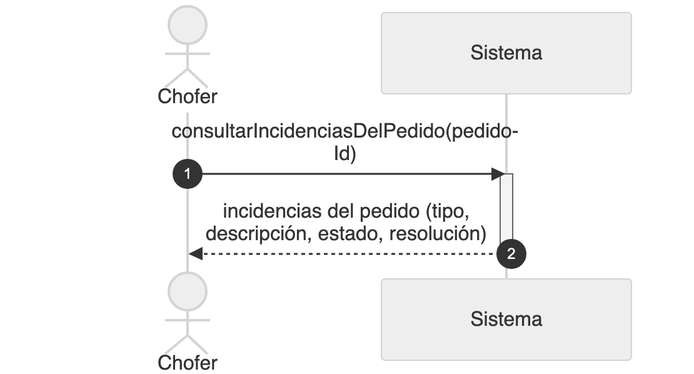
Before: diagramas/png/DSS_CU-062_Consultar-Incidencias-De-Un-Pedido.png, a diagram exported from Mermaid (Nahuelito-Dev/splg-docs). Its source is kept beside it as diagramas/DSS_CU-062_Consultar-Incidencias-De-Un-Pedido.mmd.
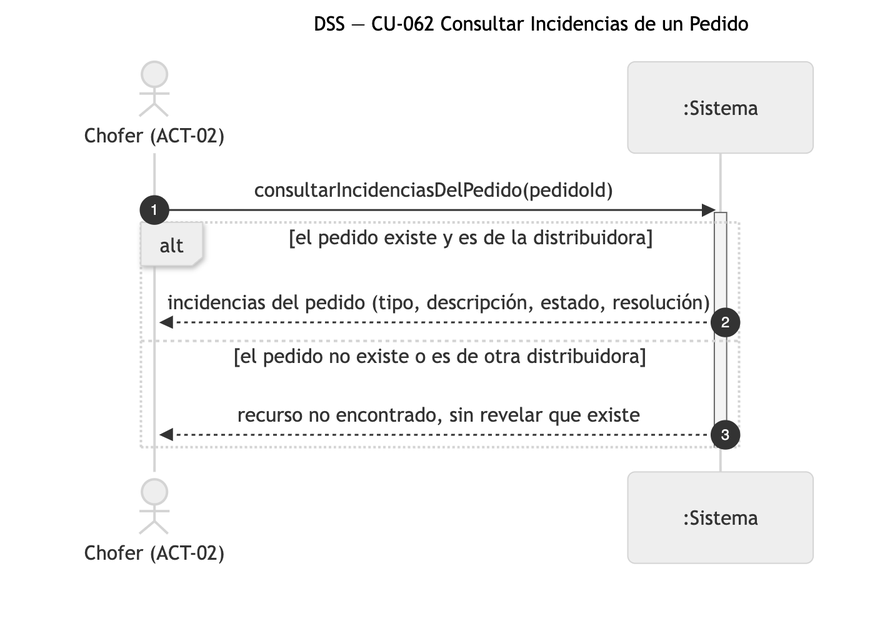
Later version of the same file.

What changed in the source:
```diff
@@ -1,8 +1,8 @@
 sequenceDiagram
-    title DSS — CU-062 Consultar Incidencias De Un Pedido
+    title DSS — CU-062 Consultar Incidencias de un Pedido
     autonumber
-    actor CHO as Chofer
-    participant SIS as Sistema
+    actor CHO as Chofer (ACT-02)
+    participant SIS as :Sistema
 
     CHO->>SIS: consultarIncidenciasDelPedido(pedidoId)
     activate SIS
```
